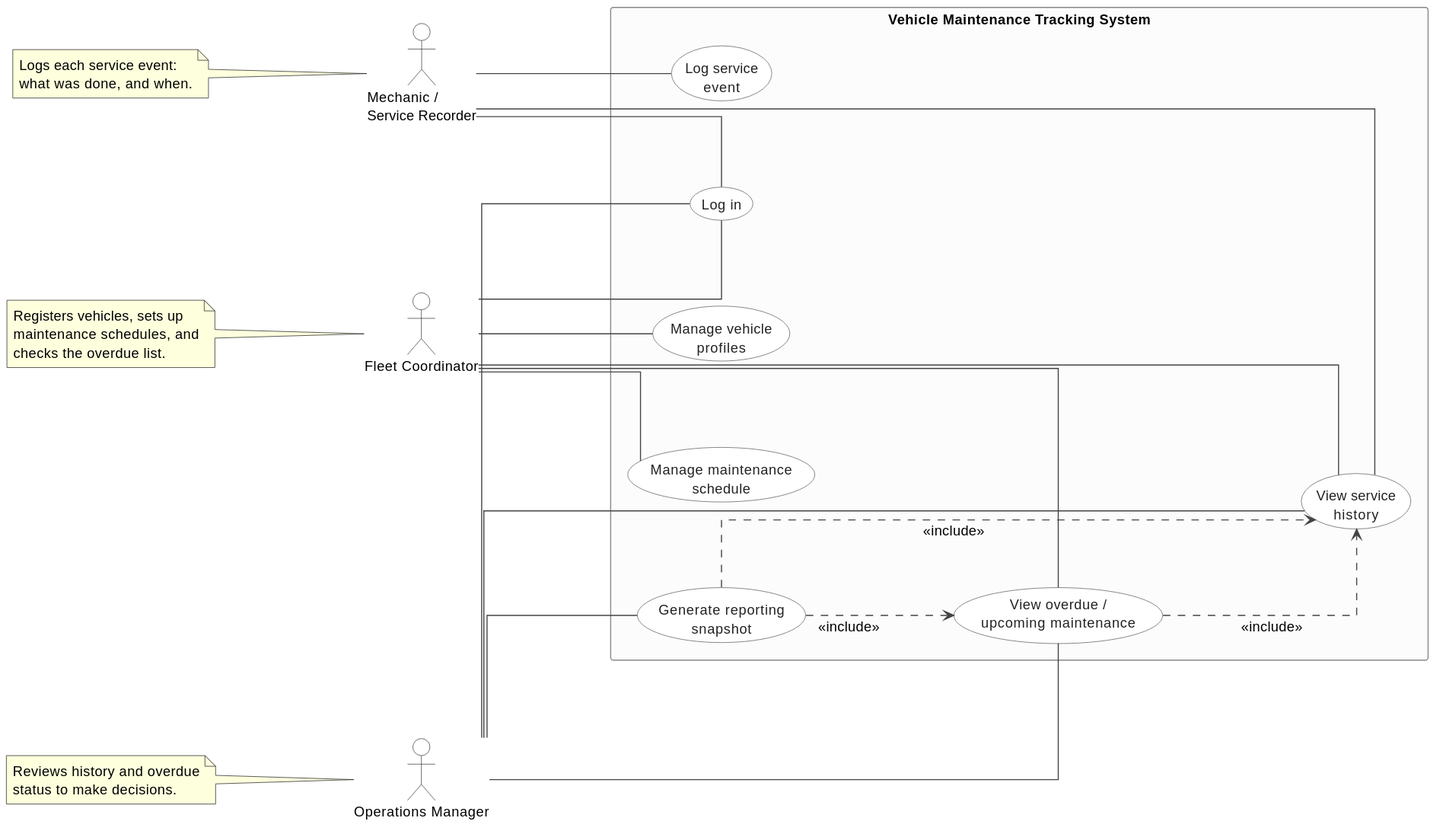
jayounghoyos/Vehicle-Maintenance-Tracking keeps this PlantUML diagram as docs/design/use_cases_diagram.svg. Above is the earlier version. Its diagram source:
```plantuml
@startuml

left to right direction

skinparam linetype ortho
skinparam nodesep 80
skinparam ranksep 130
skinparam shadowing false
skinparam backgroundColor #FFFFFF
skinparam defaultFontName Helvetica
skinparam defaultFontSize 13
skinparam ArrowColor #444444
skinparam actor {
  BorderColor #333333
  BackgroundColor #FFFFFF
}
skinparam usecase {
  BorderColor #555555
  BackgroundColor #FFFFFF
  FontColor #222222
}
skinparam rectangle {
  BorderColor #888888
  BackgroundColor #FCFCFC
  FontStyle bold
}

actor "Fleet Coordinator" as coordinator
actor "Mechanic /\nService Recorder" as mechanic
actor "Operations Manager" as manager

note left of coordinator
  Registers vehicles, sets up
  maintenance schedules, and
  checks the overdue list.
end note

note left of mechanic
  Logs each service event:
  what was done, and when.
end note

note left of manager
  Reviews history and overdue
  status to make decisions.
end note

rectangle "Vehicle Maintenance Tracking System" {
  usecase "Log in" as UC_LOGIN

  usecase "Manage vehicle\nprofiles" as UC_VEHICLE
  usecase "Manage maintenance\nschedule" as UC_SCHEDULE

  usecase "Log service\nevent" as UC_LOGEVENT
  usecase "View service\nhistory" as UC_HISTORY

  usecase "View overdue /\nupcoming maintenance" as UC_OVERDUE
  usecase "Generate reporting\nsnapshot" as UC_REPORT
}

coordinator -- UC_LOGIN
coordinator -- UC_VEHICLE
coordinator -- UC_SCHEDULE
coordinator -- UC_OVERDUE
coordinator -- UC_HISTORY

mechanic -- UC_LOGIN
mechanic -- UC_LOGEVENT
mechanic -- UC_HISTORY

manager -- UC_LOGIN
manager -- UC_HISTORY
manager -- UC_OVERDUE
manager -- UC_REPORT

UC_OVERDUE ..> UC_HISTORY : <<include>>

UC_REPORT ..> UC_HISTORY : <<include>>
UC_REPORT ..> UC_OVERDUE : <<include>>
@enduml
```
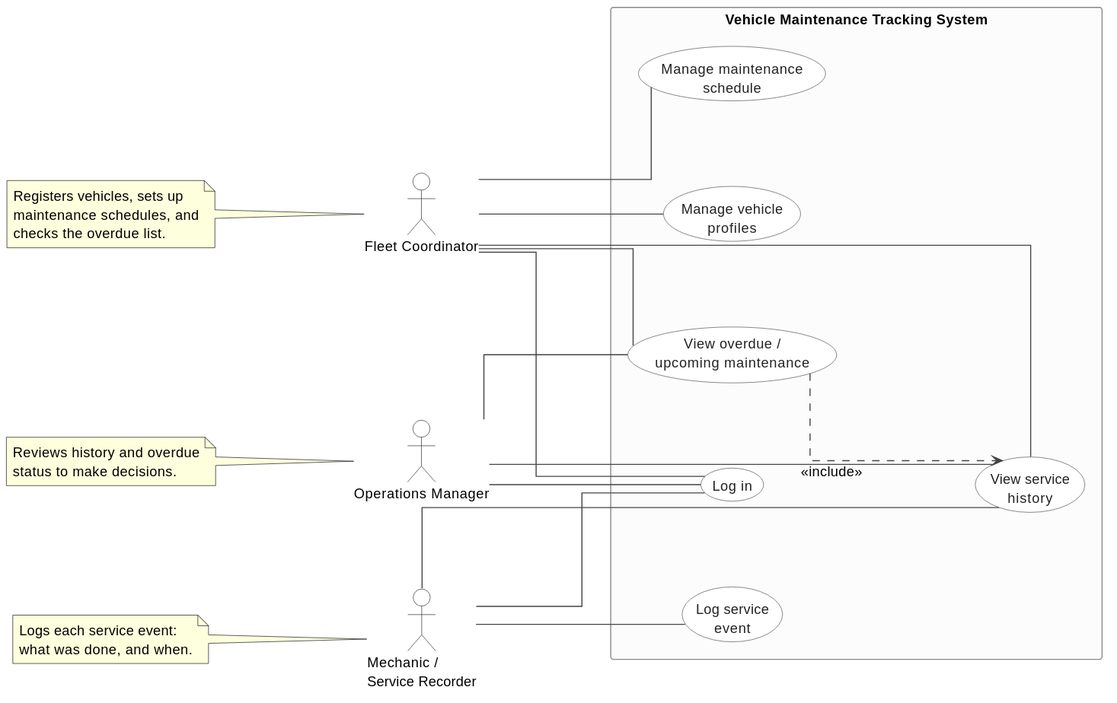
The same diagram one commit later.

Commit message:
docs(components): update diagrams with better understanding of the business

What changed in the source:
```diff
@@ -55,7 +55,6 @@
   usecase "View service\nhistory" as UC_HISTORY
 
   usecase "View overdue /\nupcoming maintenance" as UC_OVERDUE
-  usecase "Generate reporting\nsnapshot" as UC_REPORT
 }
 
 coordinator -- UC_LOGIN
@@ -71,10 +70,6 @@
 manager -- UC_LOGIN
 manager -- UC_HISTORY
 manager -- UC_OVERDUE
-manager -- UC_REPORT
 
 UC_OVERDUE ..> UC_HISTORY : <<include>>
-
-UC_REPORT ..> UC_HISTORY : <<include>>
-UC_REPORT ..> UC_OVERDUE : <<include>>
 @enduml
```
